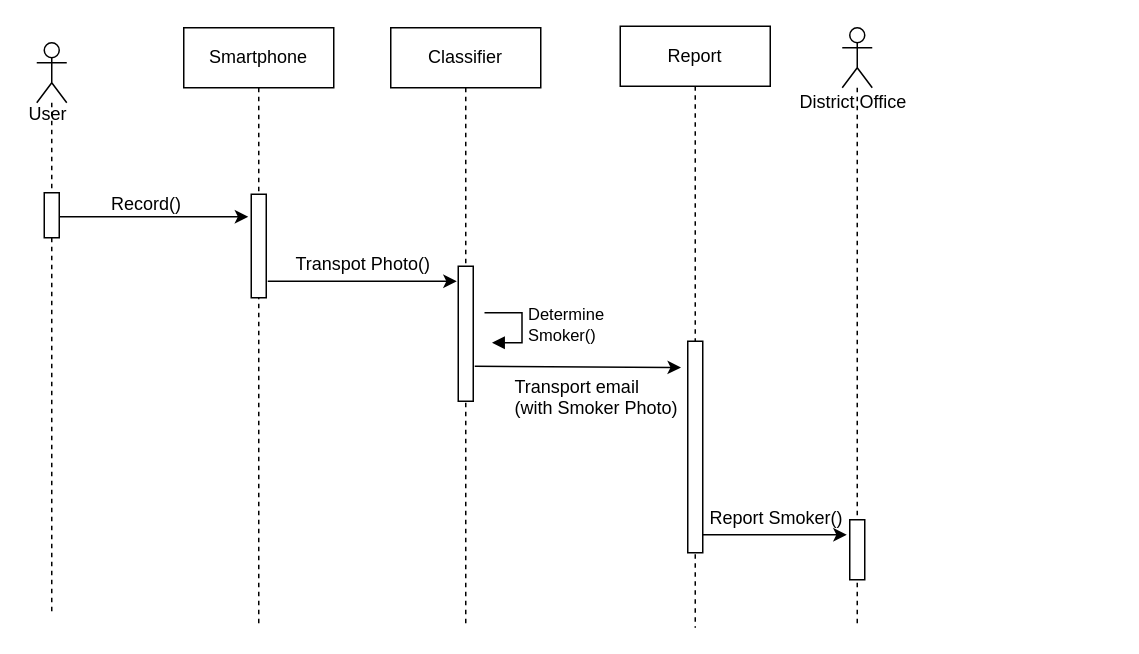
The draw.io diagram Sequence.drawio in sogongteam14/doc, before the edit. Source tidied: cells renumbered, new cells numbered last; positions are measured from the earlier drawing's top-left corner, leaving out a move shared by most shapes. Both pictures are drawn from the tidied source at 150%, with x=0, y=0 at pixel (26, 26).
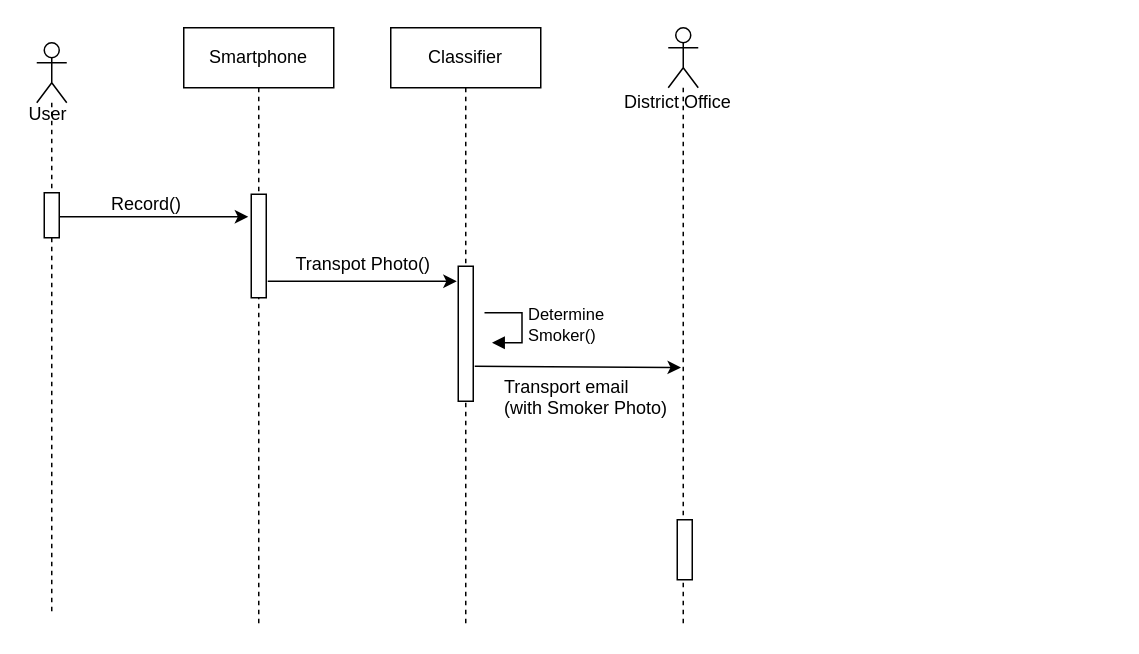
Above is the later version.

Unchanged cells that the change refers to:
```xml
<mxCell id="2" style="group;" parent="1" vertex="1">
  <mxGeometry width="725" height="401" as="geometry" />
</mxCell>
```

The edit, as a diff of the source:
```diff
@@
-    <mxCell id="3" value="&lt;span&gt;Report&lt;/span&gt;&lt;br&gt;" style="shape=umlLifeline;perimeter=lifelinePerimeter;whiteSpace=wrap;html=1;" parent="2" vertex="1">
-      <mxGeometry x="396" width="100" height="401" as="geometry" />
-    </mxCell>
@@
-    <mxCell id="8" style="html=1;perimeter=orthogonalPerimeter;" parent="2" vertex="1">
-      <mxGeometry x="441" y="210" width="10" height="141" as="geometry" />
-    </mxCell>
@@
     <mxCell id="16" style="shape=umlLifeline;participant=umlActor;perimeter=lifelinePerimeter;whiteSpace=wrap;html=1;verticalAlign=top;spacingTop=36;labelBackgroundColor=#ffffff;" parent="2" vertex="1">
-      <mxGeometry x="544" y="1" width="20" height="400" as="geometry" />
+      <mxGeometry x="428" y="1" width="20" height="400" as="geometry" />
     </mxCell>
     <mxCell id="17" style="html=1;perimeter=orthogonalPerimeter;" parent="2" vertex="1">
-      <mxGeometry x="549" y="329" width="10" height="40" as="geometry" />
+      <mxGeometry x="434" y="329" width="10" height="40" as="geometry" />
     </mxCell>
-    <mxCell id="18" style="endArrow=classic;html=1;entryX=-0.167;entryY=0.442;entryDx=0;entryDy=0;entryPerimeter=0;" parent="2" edge="1">
-      <mxGeometry relative="1" as="geometry">
-        <mxPoint x="451" y="339" as="sourcePoint" />
-        <mxPoint x="547" y="339" as="targetPoint" />
-      </mxGeometry>
-    </mxCell>
-    <mxCell id="19" value="Report Smoker()" style="text;html=1;align=left;verticalAlign=top;spacingTop=-4;" parent="2" vertex="1">
-      <mxGeometry x="454" y="318" width="100" height="20" as="geometry" />
-    </mxCell>
@@
     <mxCell id="21" value="Transport email&amp;nbsp;&lt;br&gt;(with Smoker&amp;nbsp;Photo)&lt;br&gt;" style="text;html=1;align=left;verticalAlign=top;spacingTop=-4;" parent="2" vertex="1">
-      <mxGeometry x="323.5" y="231" width="120" height="30" as="geometry" />
+      <mxGeometry x="316.5" y="231" width="120" height="30" as="geometry" />
     </mxCell>
     <mxCell id="22" value="District Office" style="text;html=1;align=left;verticalAlign=top;spacingTop=-4;" parent="2" vertex="1">
-      <mxGeometry x="514" y="41" width="90" height="20" as="geometry" />
+      <mxGeometry x="397" y="41" width="90" height="20" as="geometry" />
     </mxCell>
```
